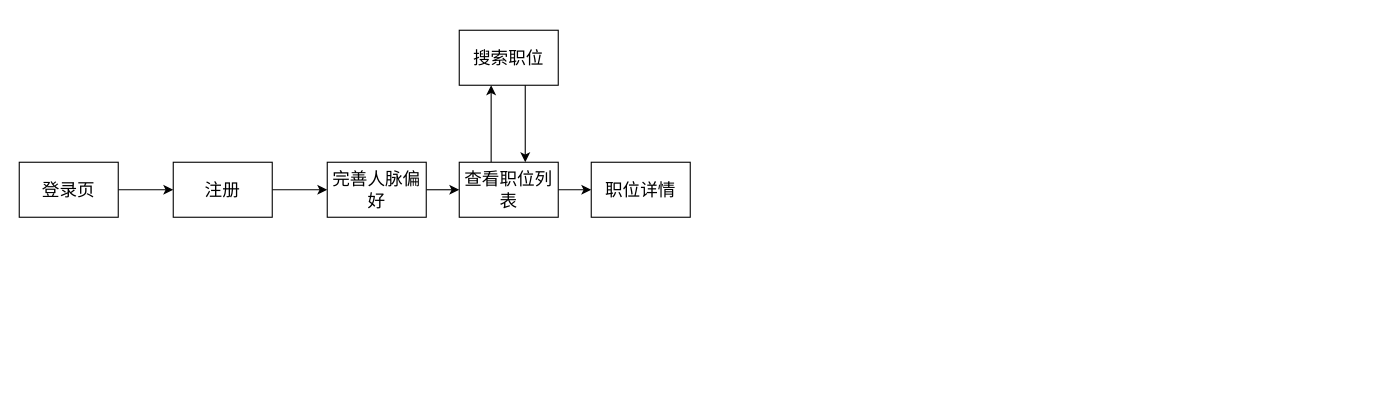
Above: page "前端流程" (12 of 12) of 今日优脉.drawio in layken/jinrirencai (draw.io), before the change. Source tidied: cells renumbered, new cells numbered last; positions are measured from the earlier drawing's top-left corner, leaving out a move shared by most shapes. Both pictures are drawn from the tidied source at 110%, with x=0, y=0 at pixel (19, 30).
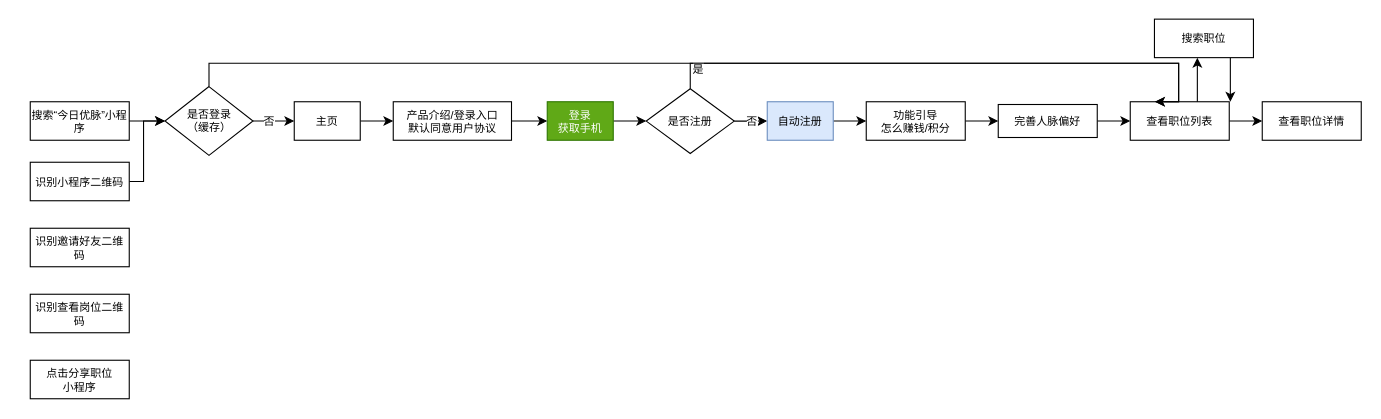
Above is the later version.

What changed in the source:
```diff
@@
-    <mxCell id="2" style="edgeStyle=elbowEdgeStyle;rounded=0;jettySize=auto;elbow=vertical;html=1;fontSize=16;" parent="1" edge="1" source="3" target="5">
-      <mxGeometry relative="1" as="geometry" />
-    </mxCell>
+    <mxCell id="14" style="edgeStyle=orthogonalEdgeStyle;rounded=0;jettySize=auto;html=1;fontSize=10;" parent="1" edge="1" source="3" target="32">
+      <mxGeometry relative="1" as="geometry" />
+    </mxCell>
-    <mxCell id="3" value="登录页" style="rounded=0;whiteSpace=wrap;html=1;fontSize=16;align=center;" parent="1" vertex="1">
-      <mxGeometry y="120" width="90" height="50" as="geometry" />
+    <mxCell id="3" value="登录&lt;br&gt;获取手机" style="rounded=0;whiteSpace=wrap;html=1;fontSize=10;align=center;fillColor=#60a917;strokeColor=#2D7600;fontColor=#ffffff;" parent="1" vertex="1">
+      <mxGeometry x="480" y="65" width="60" height="35" as="geometry" />
     </mxCell>
-    <mxCell id="4" style="edgeStyle=elbowEdgeStyle;rounded=0;jettySize=auto;elbow=vertical;html=1;fontSize=16;" parent="1" edge="1" source="5" target="7">
-      <mxGeometry relative="1" as="geometry" />
-    </mxCell>
-    <mxCell id="5" value="注册" style="rounded=0;whiteSpace=wrap;html=1;fontSize=16;align=center;" parent="1" vertex="1">
-      <mxGeometry x="140" y="120" width="90" height="50" as="geometry" />
-    </mxCell>
+    <mxCell id="9" style="edgeStyle=orthogonalEdgeStyle;rounded=0;jettySize=auto;html=1;fontSize=10;" parent="1" edge="1" source="10" target="12">
+      <mxGeometry relative="1" as="geometry" />
+    </mxCell>
+    <mxCell id="15" style="edgeStyle=orthogonalEdgeStyle;rounded=0;orthogonalLoop=1;jettySize=auto;html=1;fontSize=10;" parent="1" edge="1">
+      <mxGeometry relative="1" as="geometry">
+        <mxPoint x="1101" y="25" as="sourcePoint" />
+        <mxPoint x="1101" y="64.9" as="targetPoint" />
+      </mxGeometry>
+    </mxCell>
+    <mxCell id="10" value="查看职位列表" style="rounded=0;whiteSpace=wrap;html=1;fontSize=10;align=center;" parent="1" vertex="1">
+      <mxGeometry x="1010" y="65" width="90" height="35" as="geometry" />
+    </mxCell>
+    <mxCell id="16" style="edgeStyle=orthogonalEdgeStyle;rounded=0;orthogonalLoop=1;jettySize=auto;html=1;fontSize=10;" parent="1" edge="1">
+      <mxGeometry relative="1" as="geometry">
+        <mxPoint x="1071" y="64.9" as="sourcePoint" />
+        <mxPoint x="1071" y="25" as="targetPoint" />
+      </mxGeometry>
+    </mxCell>
+    <mxCell id="11" value="搜索职位" style="rounded=0;whiteSpace=wrap;html=1;fontSize=10;align=center;" parent="1" vertex="1">
+      <mxGeometry x="1032" y="-10.1" width="90" height="35" as="geometry" />
+    </mxCell>
+    <mxCell id="12" value="查看职位详情" style="rounded=0;whiteSpace=wrap;html=1;fontSize=10;align=center;" parent="1" vertex="1">
+      <mxGeometry x="1130" y="65" width="90" height="35" as="geometry" />
+    </mxCell>
+    <mxCell id="17" style="edgeStyle=orthogonalEdgeStyle;rounded=0;jettySize=auto;html=1;fontSize=10;entryX=0;entryY=0.5;entryDx=0;entryDy=0;" parent="1" edge="1" source="18" target="28">
+      <mxGeometry relative="1" as="geometry" />
+    </mxCell>
+    <mxCell id="18" value="搜索“今日优脉”小程序" style="rounded=0;whiteSpace=wrap;html=1;fontSize=10;align=center;" parent="1" vertex="1">
+      <mxGeometry x="10" y="65" width="90" height="35" as="geometry" />
+    </mxCell>
+    <mxCell id="19" style="edgeStyle=orthogonalEdgeStyle;rounded=0;jettySize=auto;html=1;fontSize=10;entryX=0;entryY=0.5;entryDx=0;entryDy=0;" parent="1" edge="1" source="20" target="28">
+      <mxGeometry relative="1" as="geometry">
+        <Array as="points">
+          <mxPoint x="113" y="138" />
+          <mxPoint x="113" y="83" />
+        </Array>
+      </mxGeometry>
+    </mxCell>
+    <mxCell id="20" value="识别小程序二维码" style="rounded=0;whiteSpace=wrap;html=1;fontSize=10;align=center;" parent="1" vertex="1">
+      <mxGeometry x="10" y="120" width="90" height="35" as="geometry" />
+    </mxCell>
+    <mxCell id="21" value="识别邀请好友二维码" style="rounded=0;whiteSpace=wrap;html=1;fontSize=10;align=center;" parent="1" vertex="1">
+      <mxGeometry x="10" y="180" width="90" height="35" as="geometry" />
+    </mxCell>
+    <mxCell id="22" value="识别查看岗位二维码" style="rounded=0;whiteSpace=wrap;html=1;fontSize=10;align=center;" parent="1" vertex="1">
+      <mxGeometry x="10" y="240" width="90" height="35" as="geometry" />
+    </mxCell>
+    <mxCell id="23" value="点击分享职位&lt;br&gt;小程序" style="rounded=0;whiteSpace=wrap;html=1;fontSize=10;align=center;" parent="1" vertex="1">
+      <mxGeometry x="10" y="300" width="90" height="35" as="geometry" />
+    </mxCell>
+    <mxCell id="24" style="edgeStyle=orthogonalEdgeStyle;rounded=0;jettySize=auto;html=1;fontSize=10;entryX=0;entryY=0.5;entryDx=0;entryDy=0;" parent="1" edge="1" source="28" target="34">
+      <mxGeometry relative="1" as="geometry" />
+    </mxCell>
+    <mxCell id="25" value="否" style="edgeLabel;html=1;align=center;verticalAlign=middle;fontSize=10;" parent="24" vertex="1">
+      <mxGeometry x="0.2" relative="1" as="geometry">
+        <mxPoint x="-9.3" as="offset" />
+      </mxGeometry>
+    </mxCell>
+    <mxCell id="26" style="edgeStyle=orthogonalEdgeStyle;rounded=0;jettySize=auto;html=1;fontSize=10;entryX=0.25;entryY=0;entryDx=0;entryDy=0;exitX=0.5;exitY=0;exitDx=0;exitDy=0;" parent="1" edge="1" source="28" target="10">
+      <mxGeometry relative="1" as="geometry">
+        <Array as="points">
+          <mxPoint x="173" y="30" />
+          <mxPoint x="1054" y="30" />
+        </Array>
+      </mxGeometry>
+    </mxCell>
+    <mxCell id="27" value="是" style="edgeLabel;html=1;align=center;verticalAlign=middle;fontSize=10;" parent="26" vertex="1">
+      <mxGeometry x="-0.03" y="-4" relative="1" as="geometry" />
+    </mxCell>
+    <mxCell id="28" value="是否登录&lt;br&gt;（缓存）" style="rhombus;whiteSpace=wrap;html=1;fontSize=10;align=center;" parent="1" vertex="1">
+      <mxGeometry x="132.5" y="51.2" width="80" height="62.5" as="geometry" />
+    </mxCell>
+    <mxCell id="29" style="edgeStyle=orthogonalEdgeStyle;rounded=0;jettySize=auto;html=1;fontSize=10;" parent="1" edge="1" source="32" target="38">
+      <mxGeometry relative="1" as="geometry" />
+    </mxCell>
+    <mxCell id="30" value="否" style="edgeLabel;html=1;align=center;verticalAlign=middle;fontSize=10;" parent="29" vertex="1">
+      <mxGeometry x="-0.2" relative="1" as="geometry">
+        <mxPoint x="3" as="offset" />
+      </mxGeometry>
+    </mxCell>
+    <mxCell id="31" style="edgeStyle=orthogonalEdgeStyle;rounded=0;jettySize=auto;html=1;fontSize=10;entryX=0.25;entryY=0;entryDx=0;entryDy=0;" parent="1" edge="1" source="32" target="10">
+      <mxGeometry relative="1" as="geometry">
+        <Array as="points">
+          <mxPoint x="610" y="30" />
+          <mxPoint x="1054" y="30" />
+        </Array>
+      </mxGeometry>
+    </mxCell>
+    <mxCell id="32" value="是否注册" style="rhombus;whiteSpace=wrap;html=1;fontSize=10;align=center;" parent="1" vertex="1">
+      <mxGeometry x="570" y="53.2" width="80" height="58.8" as="geometry" />
+    </mxCell>
+    <mxCell id="33" style="edgeStyle=orthogonalEdgeStyle;rounded=0;jettySize=auto;html=1;fontSize=10;" parent="1" edge="1" source="34" target="36">
+      <mxGeometry relative="1" as="geometry" />
+    </mxCell>
+    <mxCell id="34" value="主页" style="rounded=0;whiteSpace=wrap;html=1;fontSize=10;align=center;" parent="1" vertex="1">
+      <mxGeometry x="250" y="65" width="60" height="35" as="geometry" />
+    </mxCell>
+    <mxCell id="35" style="edgeStyle=orthogonalEdgeStyle;rounded=0;jettySize=auto;html=1;fontSize=10;" parent="1" edge="1" source="36" target="3">
+      <mxGeometry relative="1" as="geometry" />
+    </mxCell>
+    <mxCell id="36" value="产品介绍/登录入口&lt;br&gt;默认同意用户协议" style="rounded=0;whiteSpace=wrap;html=1;fontSize=10;align=center;" parent="1" vertex="1">
+      <mxGeometry x="340" y="65" width="107.5" height="35" as="geometry" />
+    </mxCell>
+    <mxCell id="37" style="edgeStyle=orthogonalEdgeStyle;rounded=0;jettySize=auto;html=1;fontSize=10;entryX=0;entryY=0.5;entryDx=0;entryDy=0;" parent="1" edge="1" source="38" target="40">
+      <mxGeometry relative="1" as="geometry" />
+    </mxCell>
+    <mxCell id="38" value="自动注册" style="rounded=0;whiteSpace=wrap;html=1;fontSize=10;align=center;fillColor=#dae8fc;strokeColor=#6c8ebf;" parent="1" vertex="1">
+      <mxGeometry x="680" y="65" width="60" height="35" as="geometry" />
+    </mxCell>
-    <mxCell id="6" style="edgeStyle=elbowEdgeStyle;rounded=0;jettySize=auto;elbow=vertical;html=1;fontSize=16;" parent="1" edge="1" source="7" target="10">
+    <mxCell id="6" style="edgeStyle=orthogonalEdgeStyle;rounded=0;jettySize=auto;html=1;fontSize=10;" parent="1" edge="1" source="7" target="10">
       <mxGeometry relative="1" as="geometry" />
     </mxCell>
-    <mxCell id="7" value="完善人脉偏好" style="rounded=0;whiteSpace=wrap;html=1;fontSize=16;align=center;" parent="1" vertex="1">
-      <mxGeometry x="280" y="120" width="90" height="50" as="geometry" />
+    <mxCell id="7" value="完善人脉偏好" style="rounded=0;whiteSpace=wrap;html=1;fontSize=10;align=center;" parent="1" vertex="1">
+      <mxGeometry x="890" y="67.5" width="90" height="30" as="geometry" />
     </mxCell>
-    <mxCell id="8" style="edgeStyle=orthogonalEdgeStyle;rounded=0;orthogonalLoop=1;jettySize=auto;elbow=vertical;html=1;fontSize=16;entryX=0.5;entryY=1;entryDx=0;entryDy=0;" parent="1" edge="1">
-      <mxGeometry relative="1" as="geometry">
-        <mxPoint x="429" y="120" as="sourcePoint" />
-        <mxPoint x="429" y="50" as="targetPoint" />
-        <Array as="points">
-          <mxPoint x="429" y="80" />
-          <mxPoint x="429" y="80" />
-        </Array>
-      </mxGeometry>
-    </mxCell>
-    <mxCell id="9" style="edgeStyle=orthogonalEdgeStyle;rounded=0;jettySize=auto;html=1;fontSize=16;" parent="1" edge="1" source="10" target="12">
-      <mxGeometry relative="1" as="geometry" />
-    </mxCell>
-    <mxCell id="10" value="查看职位列表" style="rounded=0;whiteSpace=wrap;html=1;fontSize=16;align=center;" parent="1" vertex="1">
-      <mxGeometry x="400" y="120" width="90" height="50" as="geometry" />
-    </mxCell>
-    <mxCell id="11" value="搜索职位" style="rounded=0;whiteSpace=wrap;html=1;fontSize=16;align=center;" parent="1" vertex="1">
-      <mxGeometry x="400" width="90" height="50" as="geometry" />
-    </mxCell>
-    <mxCell id="12" value="职位详情" style="rounded=0;whiteSpace=wrap;html=1;fontSize=16;align=center;" parent="1" vertex="1">
-      <mxGeometry x="520" y="120" width="90" height="50" as="geometry" />
-    </mxCell>
-    <mxCell id="13" style="edgeStyle=orthogonalEdgeStyle;rounded=0;orthogonalLoop=1;jettySize=auto;elbow=vertical;html=1;fontSize=16;entryX=0.5;entryY=1;entryDx=0;entryDy=0;" parent="1" edge="1">
-      <mxGeometry relative="1" as="geometry">
-        <mxPoint x="460" y="50" as="sourcePoint" />
-        <mxPoint x="460" y="120" as="targetPoint" />
-      </mxGeometry>
-    </mxCell>
+    <mxCell id="39" style="edgeStyle=orthogonalEdgeStyle;rounded=0;jettySize=auto;html=1;fontSize=10;" parent="1" edge="1" source="40" target="7">
+      <mxGeometry relative="1" as="geometry" />
+    </mxCell>
+    <mxCell id="40" value="功能引导&lt;br&gt;怎么赚钱/积分" style="rounded=0;whiteSpace=wrap;html=1;fontSize=10;align=center;" parent="1" vertex="1">
+      <mxGeometry x="770" y="65" width="90" height="35" as="geometry" />
+    </mxCell>
```
